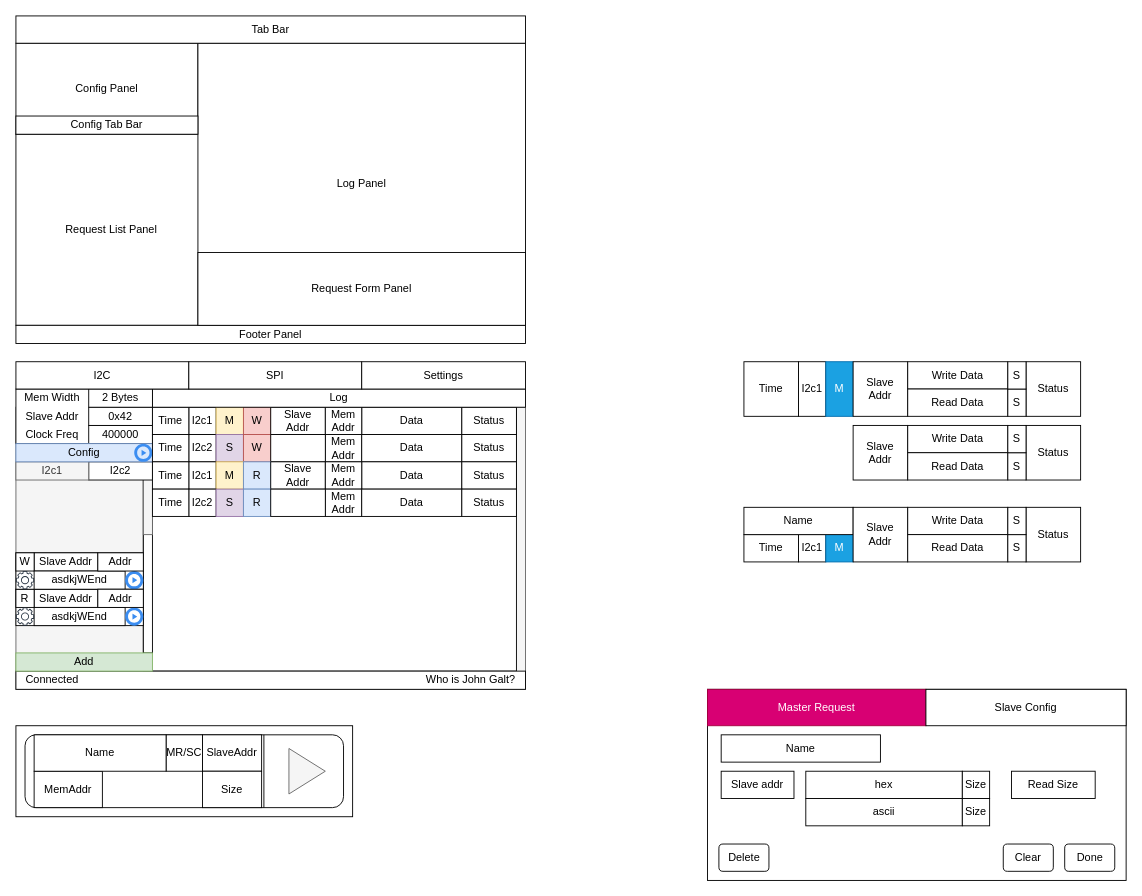
This is UImock.drawio from AlmCoding/expander-ui, a draw.io file, before an edit. Source tidied: cells renumbered, new cells numbered last; positions are measured from the earlier drawing's top-left corner, leaving out a move shared by most shapes. Both pictures are drawn from the tidied source at 91%, with x=0, y=0 at pixel (15, 15).
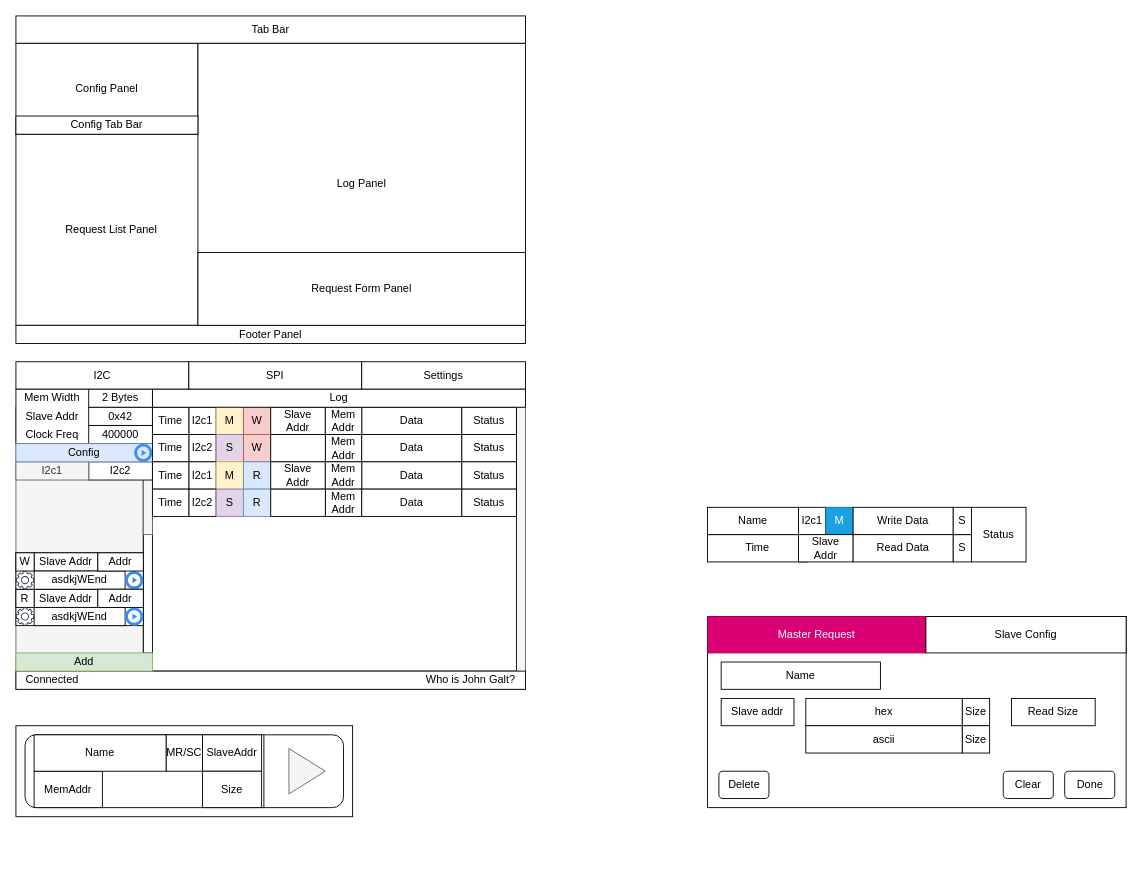
Above is the later version.

Change to the diagram source:
```diff
@@
     <mxCell id="82" style="rounded=0;whiteSpace=wrap;html=1;" parent="1" vertex="1">
-      <mxGeometry x="760" y="740" width="460" height="210" as="geometry" />
+      <mxGeometry x="760" y="660" width="460" height="210" as="geometry" />
     </mxCell>
     <mxCell id="83" value="Slave addr" style="rounded=0;whiteSpace=wrap;html=1;" parent="1" vertex="1">
-      <mxGeometry x="775" y="830" width="80" height="30" as="geometry" />
+      <mxGeometry x="775" y="750" width="80" height="30" as="geometry" />
     </mxCell>
     <mxCell id="84" value="hex" style="rounded=0;whiteSpace=wrap;html=1;" parent="1" vertex="1">
-      <mxGeometry x="868" y="830" width="172" height="30" as="geometry" />
+      <mxGeometry x="868" y="750" width="172" height="30" as="geometry" />
     </mxCell>
     <mxCell id="85" value="Read Size" style="rounded=0;whiteSpace=wrap;html=1;" parent="1" vertex="1">
-      <mxGeometry x="1094" y="830" width="92" height="30" as="geometry" />
+      <mxGeometry x="1094" y="750" width="92" height="30" as="geometry" />
     </mxCell>
     <mxCell id="86" value="Size" style="rounded=0;whiteSpace=wrap;html=1;" parent="1" vertex="1">
-      <mxGeometry x="1040" y="830" width="30" height="30" as="geometry" />
+      <mxGeometry x="1040" y="750" width="30" height="30" as="geometry" />
     </mxCell>
     <mxCell id="87" value="ascii" style="rounded=0;whiteSpace=wrap;html=1;" parent="1" vertex="1">
-      <mxGeometry x="868" y="860" width="172" height="30" as="geometry" />
+      <mxGeometry x="868" y="780" width="172" height="30" as="geometry" />
     </mxCell>
     <mxCell id="88" value="Size" style="rounded=0;whiteSpace=wrap;html=1;" parent="1" vertex="1">
-      <mxGeometry x="1040" y="860" width="30" height="30" as="geometry" />
+      <mxGeometry x="1040" y="780" width="30" height="30" as="geometry" />
     </mxCell>
     <mxCell id="89" value="Clear" style="rounded=1;whiteSpace=wrap;html=1;" parent="1" vertex="1">
-      <mxGeometry x="1085" y="910" width="55" height="30" as="geometry" />
+      <mxGeometry x="1085" y="830" width="55" height="30" as="geometry" />
     </mxCell>
     <mxCell id="90" value="Name" style="rounded=0;whiteSpace=wrap;html=1;" parent="1" vertex="1">
-      <mxGeometry x="775" y="790" width="175" height="30" as="geometry" />
+      <mxGeometry x="775" y="710" width="175" height="30" as="geometry" />
     </mxCell>
     <mxCell id="91" value="Done" style="rounded=1;whiteSpace=wrap;html=1;" parent="1" vertex="1">
-      <mxGeometry x="1152.5" y="910" width="55" height="30" as="geometry" />
+      <mxGeometry x="1152.5" y="830" width="55" height="30" as="geometry" />
     </mxCell>
     <mxCell id="92" value="Delete" style="rounded=1;whiteSpace=wrap;html=1;" parent="1" vertex="1">
-      <mxGeometry x="772.5" y="910" width="55" height="30" as="geometry" />
+      <mxGeometry x="772.5" y="830" width="55" height="30" as="geometry" />
     </mxCell>
     <mxCell id="93" value="Master Request" style="rounded=0;whiteSpace=wrap;html=1;fillColor=#d80073;fontColor=#ffffff;strokeColor=#A50040;" parent="1" vertex="1">
-      <mxGeometry x="760" y="740" width="240" height="40" as="geometry" />
+      <mxGeometry x="760" y="660" width="240" height="40" as="geometry" />
     </mxCell>
     <mxCell id="94" value="Slave Config" style="rounded=0;whiteSpace=wrap;html=1;" parent="1" vertex="1">
-      <mxGeometry x="1000" y="740" width="220" height="40" as="geometry" />
+      <mxGeometry x="1000" y="660" width="220" height="40" as="geometry" />
     </mxCell>
@@
-    <mxCell id="100" value="Time" style="rounded=0;whiteSpace=wrap;html=1;" parent="1" vertex="1">
-      <mxGeometry x="800" y="380" width="60" height="60" as="geometry" />
-    </mxCell>
-    <mxCell id="101" value="I2c1" style="rounded=0;whiteSpace=wrap;html=1;" parent="1" vertex="1">
-      <mxGeometry x="860" y="380" width="30" height="60" as="geometry" />
-    </mxCell>
-    <mxCell id="102" value="M" style="rounded=0;whiteSpace=wrap;html=1;fillColor=#1ba1e2;strokeColor=#006EAF;fontColor=#ffffff;" parent="1" vertex="1">
-      <mxGeometry x="890" y="380" width="30" height="60" as="geometry" />
-    </mxCell>
-    <mxCell id="103" value="Slave Addr" style="rounded=0;whiteSpace=wrap;html=1;" parent="1" vertex="1">
-      <mxGeometry x="920" y="380" width="60" height="60" as="geometry" />
-    </mxCell>
-    <mxCell id="104" value="Write Data" style="rounded=0;whiteSpace=wrap;html=1;" parent="1" vertex="1">
-      <mxGeometry x="980" y="380" width="110" height="30" as="geometry" />
-    </mxCell>
-    <mxCell id="105" value="Read Data" style="rounded=0;whiteSpace=wrap;html=1;" parent="1" vertex="1">
-      <mxGeometry x="980" y="410" width="110" height="30" as="geometry" />
-    </mxCell>
@@
-    <mxCell id="107" value="Status" style="rounded=0;whiteSpace=wrap;html=1;" parent="1" vertex="1">
-      <mxGeometry x="1110" y="380" width="60" height="60" as="geometry" />
-    </mxCell>
-    <mxCell id="108" value="S" style="rounded=0;whiteSpace=wrap;html=1;" parent="1" vertex="1">
-      <mxGeometry x="1090" y="410" width="20" height="30" as="geometry" />
-    </mxCell>
-    <mxCell id="109" value="S" style="rounded=0;whiteSpace=wrap;html=1;" parent="1" vertex="1">
-      <mxGeometry x="1090" y="380" width="20" height="30" as="geometry" />
-    </mxCell>
     <mxCell id="110" value="Time" style="rounded=0;whiteSpace=wrap;html=1;" parent="1" vertex="1">
-      <mxGeometry x="800" y="570" width="60" height="30" as="geometry" />
+      <mxGeometry x="760" y="570" width="110" height="30" as="geometry" />
     </mxCell>
     <mxCell id="111" value="I2c1" style="rounded=0;whiteSpace=wrap;html=1;" parent="1" vertex="1">
-      <mxGeometry x="860" y="570" width="30" height="30" as="geometry" />
+      <mxGeometry x="860" y="540" width="30" height="30" as="geometry" />
     </mxCell>
     <mxCell id="112" value="M" style="rounded=0;whiteSpace=wrap;html=1;fillColor=#1ba1e2;strokeColor=#006EAF;fontColor=#ffffff;" parent="1" vertex="1">
-      <mxGeometry x="890" y="570" width="30" height="30" as="geometry" />
+      <mxGeometry x="890" y="540" width="30" height="30" as="geometry" />
     </mxCell>
-    <mxCell id="113" value="Slave Addr" style="rounded=0;whiteSpace=wrap;html=1;" parent="1" vertex="1">
-      <mxGeometry x="920" y="450" width="60" height="60" as="geometry" />
-    </mxCell>
-    <mxCell id="114" value="Write Data" style="rounded=0;whiteSpace=wrap;html=1;" parent="1" vertex="1">
-      <mxGeometry x="980" y="450" width="110" height="30" as="geometry" />
-    </mxCell>
-    <mxCell id="115" value="Read Data" style="rounded=0;whiteSpace=wrap;html=1;" parent="1" vertex="1">
-      <mxGeometry x="980" y="480" width="110" height="30" as="geometry" />
-    </mxCell>
-    <mxCell id="116" value="Status" style="rounded=0;whiteSpace=wrap;html=1;" parent="1" vertex="1">
-      <mxGeometry x="1110" y="450" width="60" height="60" as="geometry" />
-    </mxCell>
-    <mxCell id="117" value="S" style="rounded=0;whiteSpace=wrap;html=1;" parent="1" vertex="1">
-      <mxGeometry x="1090" y="480" width="20" height="30" as="geometry" />
-    </mxCell>
-    <mxCell id="118" value="S" style="rounded=0;whiteSpace=wrap;html=1;" parent="1" vertex="1">
-      <mxGeometry x="1090" y="450" width="20" height="30" as="geometry" />
-    </mxCell>
     <mxCell id="119" value="Name" style="rounded=0;whiteSpace=wrap;html=1;" parent="1" vertex="1">
-      <mxGeometry x="800" y="540" width="120" height="30" as="geometry" />
+      <mxGeometry x="760" y="540" width="100" height="30" as="geometry" />
     </mxCell>
     <mxCell id="120" value="Slave Addr" style="rounded=0;whiteSpace=wrap;html=1;" parent="1" vertex="1">
-      <mxGeometry x="920" y="540" width="60" height="60" as="geometry" />
+      <mxGeometry x="860" y="570" width="60" height="30" as="geometry" />
     </mxCell>
     <mxCell id="121" value="Write Data" style="rounded=0;whiteSpace=wrap;html=1;" parent="1" vertex="1">
-      <mxGeometry x="980" y="540" width="110" height="30" as="geometry" />
+      <mxGeometry x="920" y="540" width="110" height="30" as="geometry" />
     </mxCell>
     <mxCell id="122" value="Read Data" style="rounded=0;whiteSpace=wrap;html=1;" parent="1" vertex="1">
-      <mxGeometry x="980" y="570" width="110" height="30" as="geometry" />
+      <mxGeometry x="920" y="570" width="110" height="30" as="geometry" />
     </mxCell>
     <mxCell id="123" value="Status" style="rounded=0;whiteSpace=wrap;html=1;" parent="1" vertex="1">
-      <mxGeometry x="1110" y="540" width="60" height="60" as="geometry" />
+      <mxGeometry x="1050" y="540" width="60" height="60" as="geometry" />
     </mxCell>
     <mxCell id="124" value="S" style="rounded=0;whiteSpace=wrap;html=1;" parent="1" vertex="1">
-      <mxGeometry x="1090" y="570" width="20" height="30" as="geometry" />
+      <mxGeometry x="1030" y="570" width="20" height="30" as="geometry" />
     </mxCell>
     <mxCell id="125" value="S" style="rounded=0;whiteSpace=wrap;html=1;" parent="1" vertex="1">
-      <mxGeometry x="1090" y="540" width="20" height="30" as="geometry" />
+      <mxGeometry x="1030" y="540" width="20" height="30" as="geometry" />
     </mxCell>
```
